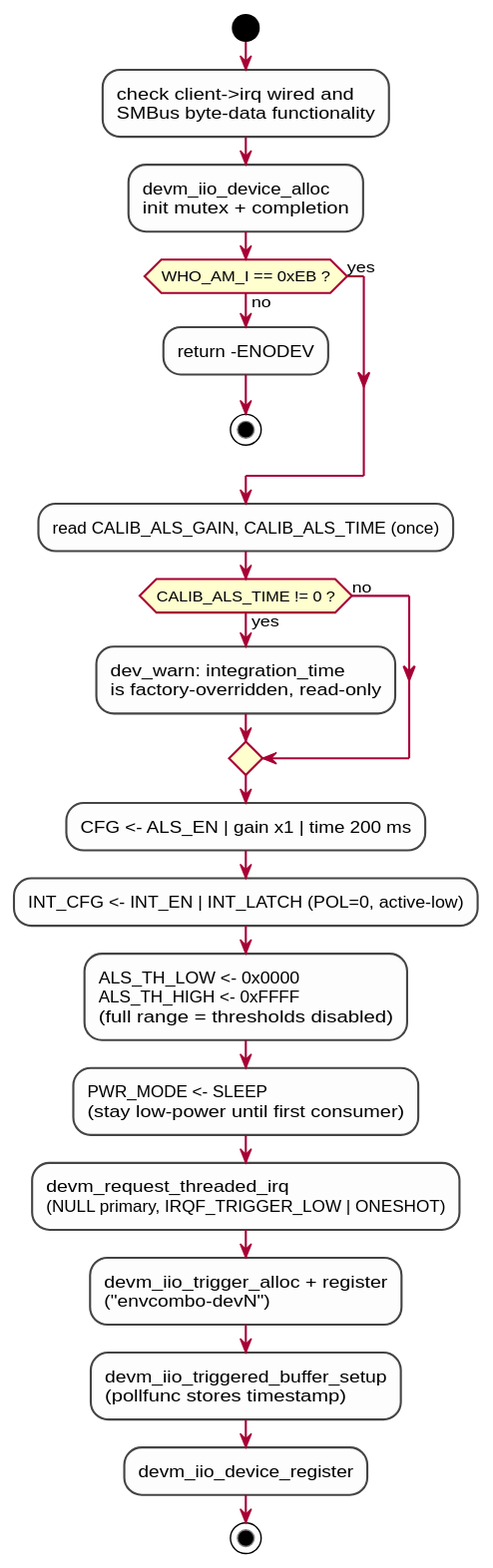
giltabibian/NanitComboSensor keeps this PlantUML diagram as docs/diagrams/probe-flow.svg. Above is the earlier version.
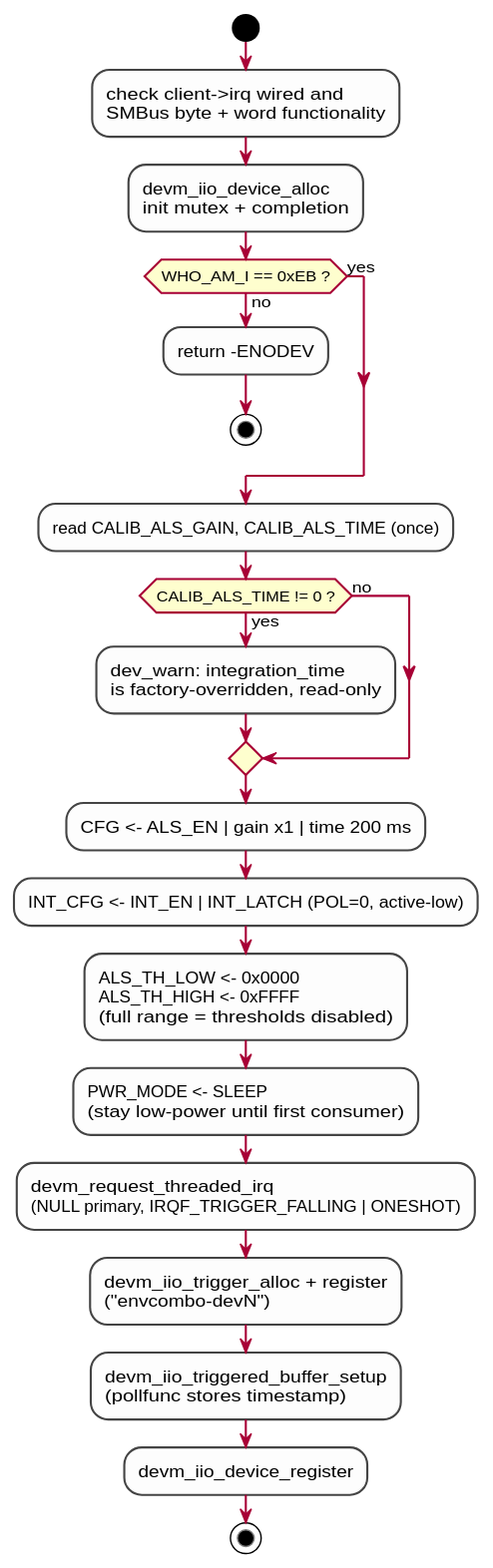
Above is the later version.

Change to the diagram source:
```diff
@@ -8,7 +8,7 @@
 
 start
 :check client->irq wired and
-SMBus byte-data functionality;
+SMBus byte + word functionality;
 :devm_iio_device_alloc
 init mutex + completion;
 if (WHO_AM_I == 0xEB ?) then (yes)
@@ -30,7 +30,7 @@
 :PWR_MODE <- SLEEP
 (stay low-power until first consumer);
 :devm_request_threaded_irq
-(NULL primary, IRQF_TRIGGER_LOW | ONESHOT);
+(NULL primary, IRQF_TRIGGER_FALLING | ONESHOT);
 :devm_iio_trigger_alloc + register
 ("envcombo-devN");
 :devm_iio_triggered_buffer_setup
```
